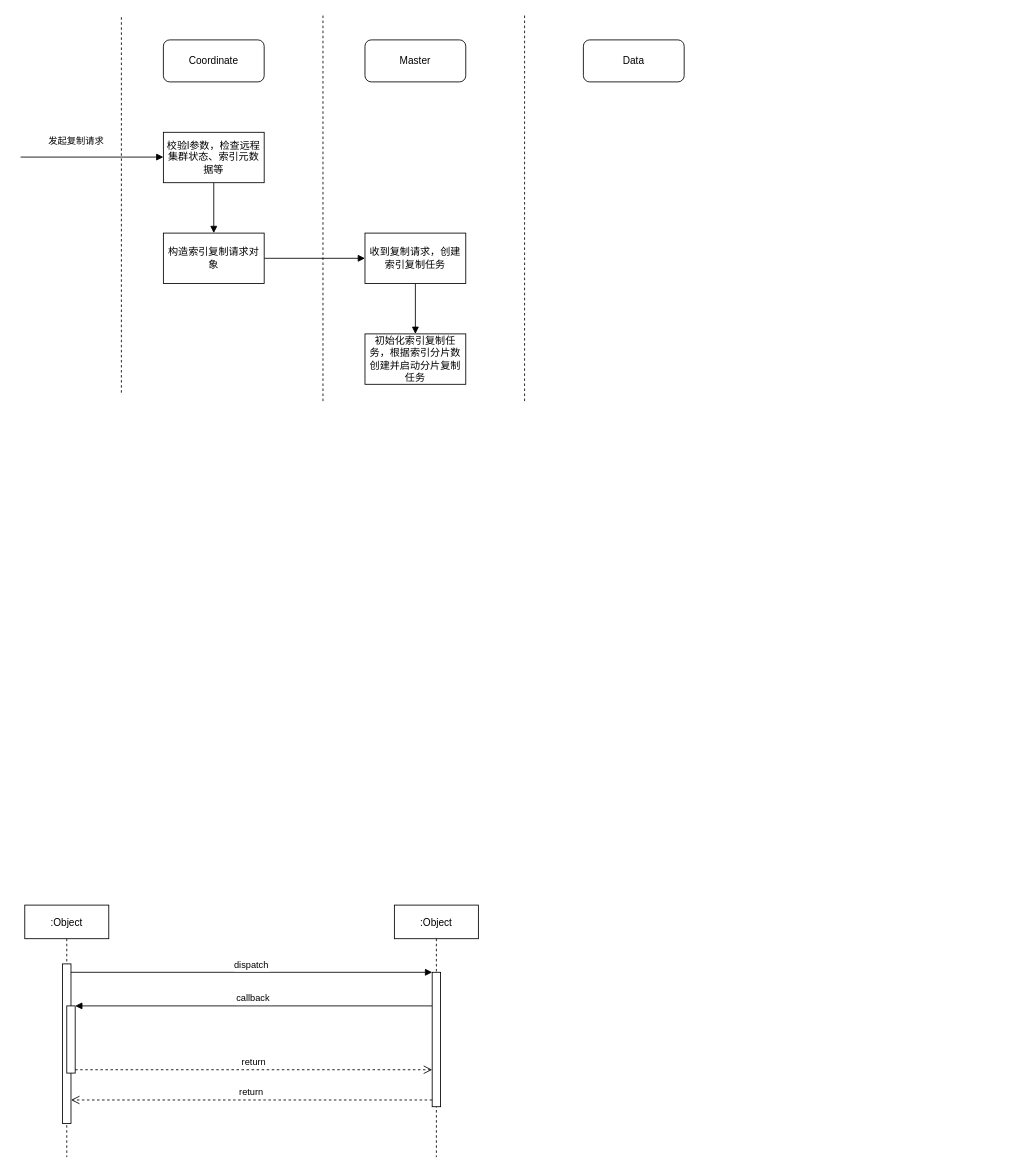
This is elasticsearch/replication/es_occr.drawio from kingskipper/design, a draw.io file, before an edit. Source tidied: cells renumbered, new cells numbered last; positions are measured from the earlier drawing's top-left corner, leaving out a move shared by most shapes. Both pictures are drawn from the tidied source at 84%, with x=0, y=0 at pixel (20, 14).
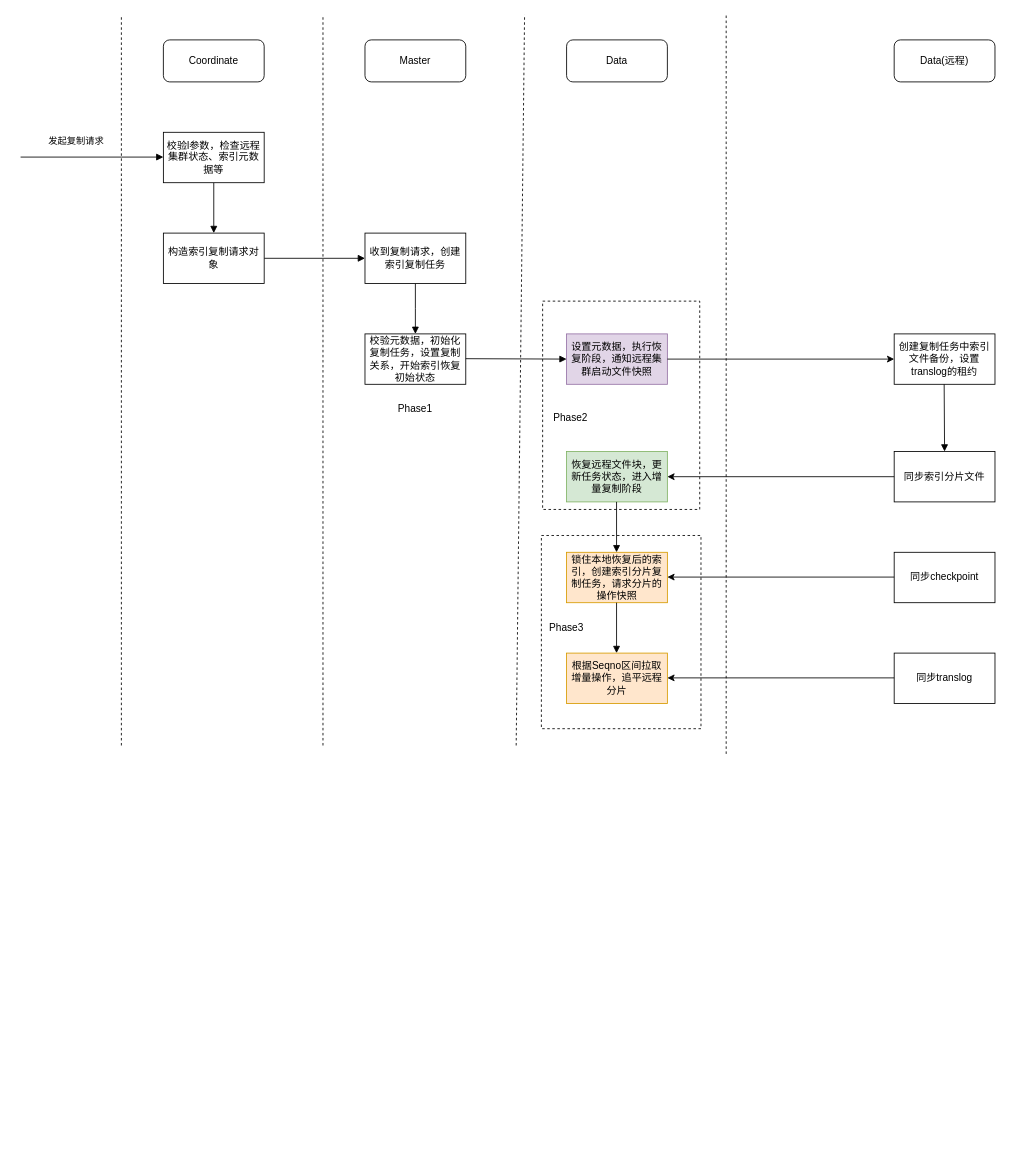
After the change.

The change refers to these unchanged cells:
```xml
<mxCell id="22" value="收到复制请求，创建索引复制任务" style="rounded=0;whiteSpace=wrap;html=1;" parent="1" vertex="1">
  <mxGeometry x="410" y="260" width="120" height="60" as="geometry" />
</mxCell>
```

What changed in the source:
```diff
@@
-    <mxCell id="2" value=":Object" style="shape=umlLifeline;perimeter=lifelinePerimeter;rounded=0;shadow=0;strokeWidth=1;" parent="1" vertex="1">
-      <mxGeometry x="5" y="1060" width="100" height="300" as="geometry" />
-    </mxCell>
-    <mxCell id="3" style="points=[];perimeter=orthogonalPerimeter;rounded=0;shadow=0;strokeWidth=1;" parent="2" vertex="1">
-      <mxGeometry x="45" y="70" width="10" height="190" as="geometry" />
-    </mxCell>
-    <mxCell id="4" style="points=[];perimeter=orthogonalPerimeter;rounded=0;shadow=0;strokeWidth=1;" parent="2" vertex="1">
-      <mxGeometry x="50" y="120" width="10" height="80" as="geometry" />
-    </mxCell>
-    <mxCell id="5" value=":Object" style="shape=umlLifeline;perimeter=lifelinePerimeter;rounded=0;shadow=0;strokeWidth=1;" parent="1" vertex="1">
-      <mxGeometry x="445" y="1060" width="100" height="300" as="geometry" />
-    </mxCell>
-    <mxCell id="6" style="points=[];perimeter=orthogonalPerimeter;rounded=0;shadow=0;strokeWidth=1;" parent="5" vertex="1">
-      <mxGeometry x="45" y="80" width="10" height="160" as="geometry" />
-    </mxCell>
-    <mxCell id="7" value="return" style="verticalAlign=bottom;endArrow=open;dashed=1;endSize=8;exitX=0;exitY=0.95;shadow=0;strokeWidth=1;" parent="1" edge="1" source="6" target="3">
-      <mxGeometry relative="1" as="geometry" />
-    </mxCell>
-    <mxCell id="8" value="dispatch" style="verticalAlign=bottom;endArrow=block;entryX=0;entryY=0;shadow=0;strokeWidth=1;" parent="1" edge="1" source="3" target="6">
-      <mxGeometry relative="1" as="geometry" />
-    </mxCell>
-    <mxCell id="9" value="callback" style="verticalAlign=bottom;endArrow=block;entryX=1;entryY=0;shadow=0;strokeWidth=1;" parent="1" edge="1" source="6" target="4">
-      <mxGeometry relative="1" as="geometry" />
-    </mxCell>
-    <mxCell id="10" value="return" style="verticalAlign=bottom;endArrow=open;dashed=1;endSize=8;exitX=1;exitY=0.95;shadow=0;strokeWidth=1;" parent="1" edge="1" source="4" target="6">
-      <mxGeometry relative="1" as="geometry" />
-    </mxCell>
+    <mxCell id="26" style="rounded=0;whiteSpace=wrap;html=1;dashed=1;" parent="1" vertex="1">
+      <mxGeometry x="621.5" y="341" width="187" height="248" as="geometry" />
+    </mxCell>
+    <mxCell id="27" style="rounded=0;whiteSpace=wrap;html=1;dashed=1;" parent="1" vertex="1">
+      <mxGeometry x="620" y="620" width="190" height="230" as="geometry" />
+    </mxCell>
     <mxCell id="11" style="endArrow=none;html=1;rounded=0;dashed=1;" parent="1" edge="1">
       <mxGeometry relative="1" as="geometry">
-        <mxPoint x="120" y="450" as="sourcePoint" />
+        <mxPoint x="120" y="870" as="sourcePoint" />
         <mxPoint x="120" as="targetPoint" />
       </mxGeometry>
     </mxCell>
@@
     <mxCell id="13" style="endArrow=none;html=1;rounded=0;dashed=1;" parent="1" edge="1">
       <mxGeometry relative="1" as="geometry">
-        <mxPoint x="600" y="460" as="sourcePoint" />
+        <mxPoint x="590" y="870" as="sourcePoint" />
         <mxPoint x="600" as="targetPoint" />
       </mxGeometry>
     </mxCell>
@@
-    <mxCell id="21" style="edgeStyle=orthogonalEdgeStyle;rounded=0;jettySize=auto;html=1;exitX=0.5;exitY=1;exitDx=0;exitDy=0;entryX=0.5;entryY=0;entryDx=0;entryDy=0;endArrow=block;endFill=1;" parent="1" edge="1" source="22" target="23">
-      <mxGeometry relative="1" as="geometry" />
+    <mxCell id="21" style="edgeStyle=orthogonalEdgeStyle;rounded=0;jettySize=auto;html=1;exitX=0.5;exitY=1;exitDx=0;exitDy=0;entryX=0.5;entryY=0;entryDx=0;entryDy=0;endArrow=block;endFill=1;" parent="1" edge="1" source="22">
+      <mxGeometry relative="1" as="geometry">
+        <mxPoint x="470" y="380" as="targetPoint" />
+      </mxGeometry>
     </mxCell>
@@
-    <mxCell id="23" value="初始化索引复制任务，根据索引分片数创建并启动分片复制任务" style="rounded=0;whiteSpace=wrap;html=1;" parent="1" vertex="1">
-      <mxGeometry x="410" y="380" width="120" height="60" as="geometry" />
-    </mxCell>
     <mxCell id="24" style="endArrow=none;html=1;rounded=0;dashed=1;" parent="1" edge="1">
       <mxGeometry relative="1" as="geometry">
-        <mxPoint x="360" y="460" as="sourcePoint" />
+        <mxPoint x="360" y="870" as="sourcePoint" />
         <mxPoint x="360" as="targetPoint" />
       </mxGeometry>
     </mxCell>
     <mxCell id="25" value="Data" style="rounded=1;whiteSpace=wrap;html=1;" parent="1" vertex="1">
-      <mxGeometry x="670" y="30" width="120" height="50" as="geometry" />
+      <mxGeometry x="650" y="30" width="120" height="50" as="geometry" />
     </mxCell>
+    <mxCell id="28" value="Data(远程)" style="rounded=1;whiteSpace=wrap;html=1;" parent="1" vertex="1">
+      <mxGeometry x="1040" y="30" width="120" height="50" as="geometry" />
+    </mxCell>
+    <mxCell id="29" style="endArrow=none;html=1;rounded=0;dashed=1;" parent="1" edge="1">
+      <mxGeometry relative="1" as="geometry">
+        <mxPoint x="840" y="880" as="sourcePoint" />
+        <mxPoint x="840" as="targetPoint" />
+      </mxGeometry>
+    </mxCell>
+    <mxCell id="30" value="校验元数据，初始化复制任务，设置复制关系，开始索引恢复初始状态" style="rounded=0;whiteSpace=wrap;html=1;" parent="1" vertex="1">
+      <mxGeometry x="410" y="380" width="120" height="60" as="geometry" />
+    </mxCell>
+    <mxCell id="31" style="edgeStyle=orthogonalEdgeStyle;rounded=0;jettySize=auto;html=1;exitX=1;exitY=0.5;exitDx=0;exitDy=0;entryX=0;entryY=0.5;entryDx=0;entryDy=0;endArrow=block;endFill=1;" parent="1" edge="1" target="32">
+      <mxGeometry relative="1" as="geometry">
+        <mxPoint x="530" y="409.5" as="sourcePoint" />
+      </mxGeometry>
+    </mxCell>
+    <mxCell id="32" value="设置元数据，执行恢复阶段，通知远程集群启动文件快照" style="rounded=0;whiteSpace=wrap;html=1;fillColor=#e1d5e7;strokeColor=#9673a6;" parent="1" vertex="1">
+      <mxGeometry x="650" y="380" width="120" height="60" as="geometry" />
+    </mxCell>
+    <mxCell id="33" value="恢复远程文件块，更新任务状态，进入增量复制阶段" style="rounded=0;whiteSpace=wrap;html=1;fillColor=#d5e8d4;strokeColor=#82b366;" parent="1" vertex="1">
+      <mxGeometry x="650" y="520" width="120" height="60" as="geometry" />
+    </mxCell>
+    <mxCell id="34" value="同步索引分片文件" style="rounded=0;whiteSpace=wrap;html=1;" parent="1" vertex="1">
+      <mxGeometry x="1040" y="520" width="120" height="60" as="geometry" />
+    </mxCell>
+    <mxCell id="35" value="创建复制任务中索引文件备份，设置translog的租约" style="rounded=0;whiteSpace=wrap;html=1;" parent="1" vertex="1">
+      <mxGeometry x="1040" y="380" width="120" height="60" as="geometry" />
+    </mxCell>
+    <mxCell id="36" style="endArrow=classic;html=1;rounded=0;entryX=0;entryY=0.5;entryDx=0;entryDy=0;exitX=1;exitY=0.5;exitDx=0;exitDy=0;" parent="1" edge="1" source="32" target="35">
+      <mxGeometry relative="1" as="geometry" />
+    </mxCell>
+    <mxCell id="37" style="edgeStyle=orthogonalEdgeStyle;rounded=0;jettySize=auto;html=1;exitX=0.5;exitY=1;exitDx=0;exitDy=0;entryX=0.5;entryY=0;entryDx=0;entryDy=0;endArrow=block;endFill=1;" parent="1" edge="1" target="34">
+      <mxGeometry relative="1" as="geometry">
+        <mxPoint x="1099.5" y="440" as="sourcePoint" />
+      </mxGeometry>
+    </mxCell>
+    <mxCell id="38" style="endArrow=classic;html=1;rounded=0;exitX=0;exitY=0.5;exitDx=0;exitDy=0;entryX=1;entryY=0.5;entryDx=0;entryDy=0;" parent="1" edge="1" source="34" target="33">
+      <mxGeometry relative="1" as="geometry" />
+    </mxCell>
+    <mxCell id="39" value="锁住本地恢复后的索引，创建索引分片复制任务，请求分片的操作快照" style="rounded=0;whiteSpace=wrap;html=1;fillColor=#ffe6cc;strokeColor=#d79b00;" parent="1" vertex="1">
+      <mxGeometry x="650" y="640" width="120" height="60" as="geometry" />
+    </mxCell>
+    <mxCell id="40" style="edgeStyle=orthogonalEdgeStyle;rounded=0;orthogonalLoop=1;jettySize=auto;html=1;exitX=0.5;exitY=1;exitDx=0;exitDy=0;entryX=0.5;entryY=0;entryDx=0;entryDy=0;endArrow=block;endFill=1;" parent="1" edge="1">
+      <mxGeometry relative="1" as="geometry">
+        <mxPoint x="709.5" y="580" as="sourcePoint" />
+        <mxPoint x="709.5" y="640" as="targetPoint" />
+      </mxGeometry>
+    </mxCell>
+    <mxCell id="41" value="同步checkpoint" style="rounded=0;whiteSpace=wrap;html=1;" parent="1" vertex="1">
+      <mxGeometry x="1040" y="640" width="120" height="60" as="geometry" />
+    </mxCell>
+    <mxCell id="42" style="endArrow=classic;html=1;rounded=0;exitX=0;exitY=0.5;exitDx=0;exitDy=0;entryX=1;entryY=0.5;entryDx=0;entryDy=0;" parent="1" edge="1">
+      <mxGeometry relative="1" as="geometry">
+        <mxPoint x="1040" y="669.5" as="sourcePoint" />
+        <mxPoint x="770" y="669.5" as="targetPoint" />
+      </mxGeometry>
+    </mxCell>
+    <mxCell id="43" value="根据Seqno区间拉取增量操作，追平远程分片" style="rounded=0;whiteSpace=wrap;html=1;fillColor=#ffe6cc;strokeColor=#d79b00;" parent="1" vertex="1">
+      <mxGeometry x="650" y="760" width="120" height="60" as="geometry" />
+    </mxCell>
+    <mxCell id="44" value="同步translog" style="rounded=0;whiteSpace=wrap;html=1;" parent="1" vertex="1">
+      <mxGeometry x="1040" y="760" width="120" height="60" as="geometry" />
+    </mxCell>
+    <mxCell id="45" style="edgeStyle=orthogonalEdgeStyle;rounded=0;orthogonalLoop=1;jettySize=auto;html=1;exitX=0.5;exitY=1;exitDx=0;exitDy=0;entryX=0.5;entryY=0;entryDx=0;entryDy=0;endArrow=block;endFill=1;" parent="1" edge="1">
+      <mxGeometry relative="1" as="geometry">
+        <mxPoint x="709.5" y="700" as="sourcePoint" />
+        <mxPoint x="709.5" y="760" as="targetPoint" />
+      </mxGeometry>
+    </mxCell>
+    <mxCell id="46" style="endArrow=classic;html=1;rounded=0;exitX=0;exitY=0.5;exitDx=0;exitDy=0;entryX=1;entryY=0.5;entryDx=0;entryDy=0;" parent="1" edge="1">
+      <mxGeometry relative="1" as="geometry">
+        <mxPoint x="1040" y="789.5" as="sourcePoint" />
+        <mxPoint x="770" y="789.5" as="targetPoint" />
+      </mxGeometry>
+    </mxCell>
+    <mxCell id="47" value="Phase1" style="text;html=1;strokeColor=none;fillColor=none;align=center;verticalAlign=middle;whiteSpace=wrap;rounded=0;" parent="1" vertex="1">
+      <mxGeometry x="440" y="454" width="60" height="30" as="geometry" />
+    </mxCell>
+    <mxCell id="48" value="Phase2" style="text;html=1;strokeColor=none;fillColor=none;align=center;verticalAlign=middle;whiteSpace=wrap;rounded=0;" parent="1" vertex="1">
+      <mxGeometry x="625" y="465" width="60" height="30" as="geometry" />
+    </mxCell>
+    <mxCell id="49" value="Phase3" style="text;html=1;strokeColor=none;fillColor=none;align=center;verticalAlign=middle;whiteSpace=wrap;rounded=0;" parent="1" vertex="1">
+      <mxGeometry x="620" y="715" width="60" height="30" as="geometry" />
+    </mxCell>
```
